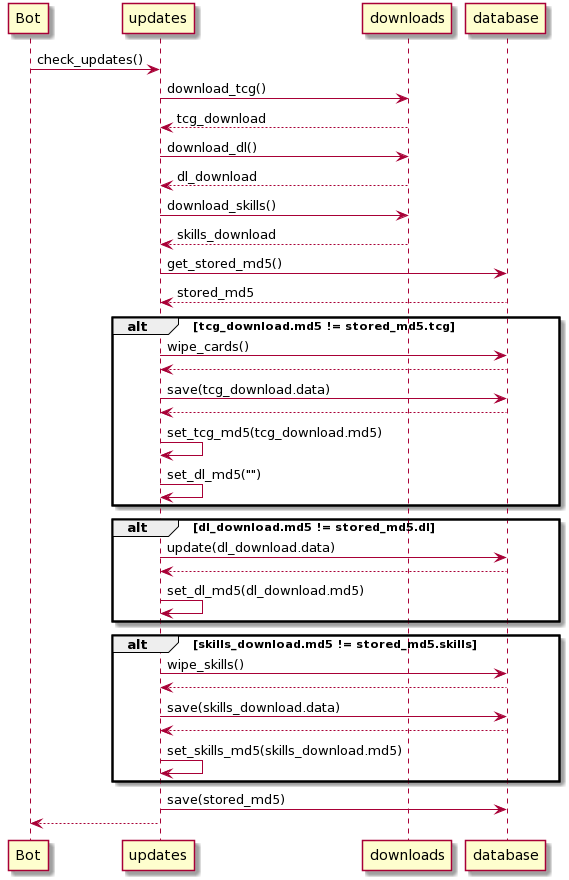
Earlier version of the PlantUML export docs/check_updates.png (mvettosi/zane-bot). The source it was exported from:
```plantuml
@startuml
Bot -> updates: check_updates()
    updates -> downloads: download_tcg()
    downloads --> updates: tcg_download

    updates -> downloads: download_dl()
    downloads --> updates: dl_download

    updates -> downloads: download_skills()
    downloads --> updates: skills_download

    updates -> database: get_stored_md5()
    database --> updates: stored_md5

    alt tcg_download.md5 != stored_md5.tcg
        updates -> database: wipe_cards()
        database --> updates
        updates -> database: save(tcg_download.data)
        database --> updates
        updates -> updates: set_tcg_md5(tcg_download.md5)
        updates -> updates: set_dl_md5("")
    end

    alt dl_download.md5 != stored_md5.dl
        updates -> database: update(dl_download.data)
        database --> updates
        updates -> updates: set_dl_md5(dl_download.md5)
    end

    alt skills_download.md5 != stored_md5.skills
        updates -> database: wipe_skills()
        database --> updates
        updates -> database: save(skills_download.data)
        database --> updates
        updates -> updates: set_skills_md5(skills_download.md5)
    end

    updates -> database: save(stored_md5)

updates --> Bot
@enduml
```
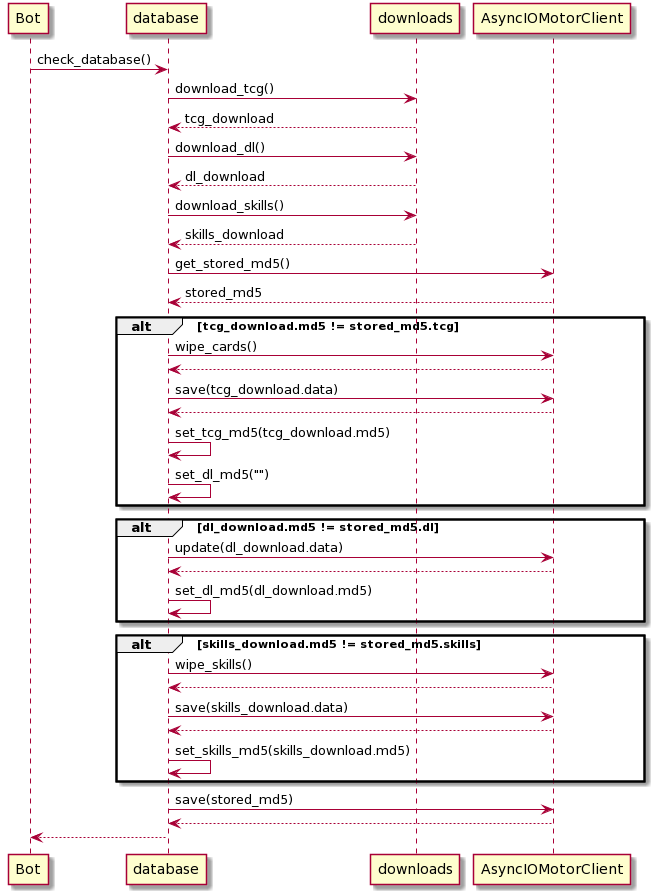
The same diagram one commit later.

Commit message:
Implemented check_updates and updated docs

Change to the diagram source:
```diff
@@ -1,41 +1,42 @@
 @startuml
-Bot -> updates: check_updates()
-    updates -> downloads: download_tcg()
-    downloads --> updates: tcg_download
+Bot -> database: check_database()
+    database -> downloads: download_tcg()
+    downloads --> database: tcg_download
 
-    updates -> downloads: download_dl()
-    downloads --> updates: dl_download
+    database -> downloads: download_dl()
+    downloads --> database: dl_download
 
-    updates -> downloads: download_skills()
-    downloads --> updates: skills_download
+    database -> downloads: download_skills()
+    downloads --> database: skills_download
 
-    updates -> database: get_stored_md5()
-    database --> updates: stored_md5
+    database -> AsyncIOMotorClient: get_stored_md5()
+    AsyncIOMotorClient --> database: stored_md5
 
     alt tcg_download.md5 != stored_md5.tcg
-        updates -> database: wipe_cards()
-        database --> updates
-        updates -> database: save(tcg_download.data)
-        database --> updates
-        updates -> updates: set_tcg_md5(tcg_download.md5)
-        updates -> updates: set_dl_md5("")
+        database -> AsyncIOMotorClient: wipe_cards()
+        AsyncIOMotorClient --> database
+        database -> AsyncIOMotorClient: save(tcg_download.data)
+        AsyncIOMotorClient --> database
+        database -> database: set_tcg_md5(tcg_download.md5)
+        database -> database: set_dl_md5("")
     end
 
     alt dl_download.md5 != stored_md5.dl
-        updates -> database: update(dl_download.data)
-        database --> updates
-        updates -> updates: set_dl_md5(dl_download.md5)
+        database -> AsyncIOMotorClient: update(dl_download.data)
+        AsyncIOMotorClient --> database
+        database -> database: set_dl_md5(dl_download.md5)
     end
 
     alt skills_download.md5 != stored_md5.skills
-        updates -> database: wipe_skills()
-        database --> updates
-        updates -> database: save(skills_download.data)
-        database --> updates
-        updates -> updates: set_skills_md5(skills_download.md5)
+        database -> AsyncIOMotorClient: wipe_skills()
+        AsyncIOMotorClient --> database
+        database -> AsyncIOMotorClient: save(skills_download.data)
+        AsyncIOMotorClient --> database
+        database -> database: set_skills_md5(skills_download.md5)
     end
 
-    updates -> database: save(stored_md5)
+    database -> AsyncIOMotorClient: save(stored_md5)
+    AsyncIOMotorClient --> database
 
-updates --> Bot
+database --> Bot
 @enduml
```
